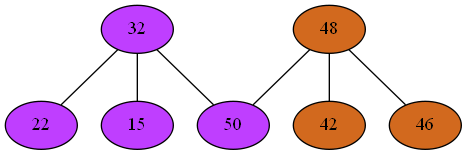
Before: Compiler/9phiGraph.png, a diagram exported from Graphviz (mbajaj92/Project-Astoria). Its source is kept beside it as Compiler/9phiGraph.dot. Its diagram source:
```dot
strict graph {
32[label="32" style=filled fillcolor="darkorchid1"];
32 -- 50
32 -- 22
32 -- 15
48[label="48" style=filled fillcolor="chocolate"];
48 -- 50
48 -- 42
48 -- 46
50[label="50" style=filled fillcolor="darkorchid1"];
50 -- 32
50 -- 48
22[label="22" style=filled fillcolor="darkorchid1"];
22 -- 32
42[label="42" style=filled fillcolor="chocolate"];
42 -- 48
46[label="46" style=filled fillcolor="chocolate"];
46 -- 48
15[label="15" style=filled fillcolor="darkorchid1"];
15 -- 32
}
```
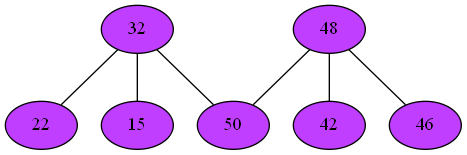
After the commit.

The edit, as a diff of the source:
```diff
@@ -3,7 +3,7 @@
 32 -- 50
 32 -- 22
 32 -- 15
-48[label="48" style=filled fillcolor="chocolate"];
+48[label="48" style=filled fillcolor="darkorchid1"];
 48 -- 50
 48 -- 42
 48 -- 46
@@ -12,9 +12,9 @@
 50 -- 48
 22[label="22" style=filled fillcolor="darkorchid1"];
 22 -- 32
-42[label="42" style=filled fillcolor="chocolate"];
+42[label="42" style=filled fillcolor="darkorchid1"];
 42 -- 48
-46[label="46" style=filled fillcolor="chocolate"];
+46[label="46" style=filled fillcolor="darkorchid1"];
 46 -- 48
 15[label="15" style=filled fillcolor="darkorchid1"];
 15 -- 32
```
